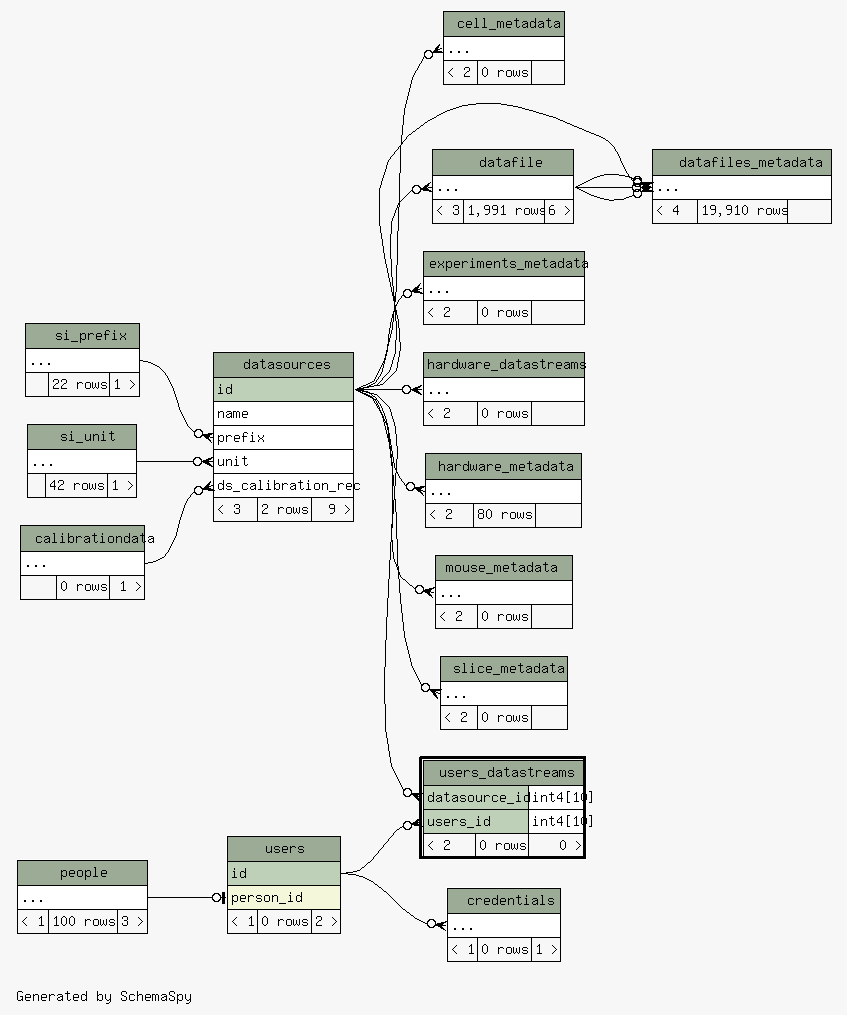
tgbugs/mlab keeps this Graphviz diagram as database/ss/diagrams/users_datastreams.2degrees.png. Above is the earlier version. Its source is kept beside it as database/ss/diagrams/users_datastreams.2degrees.dot.
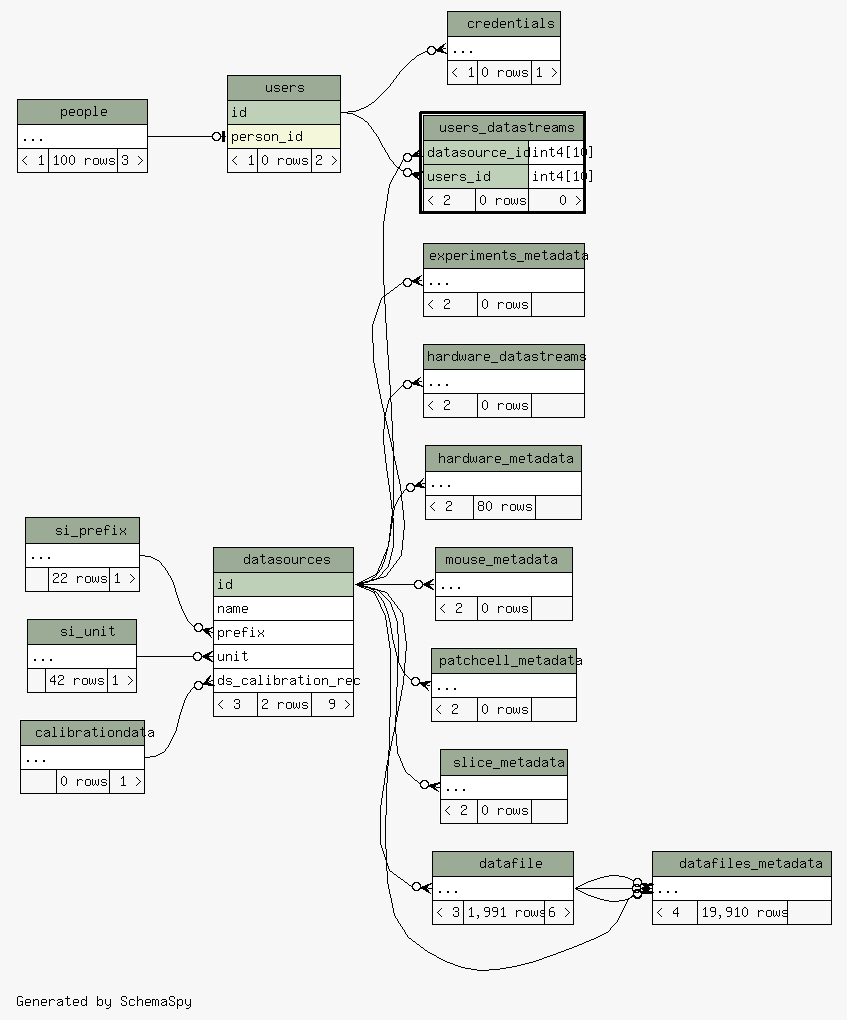
After the change.

Change to the diagram source:
```diff
@@ -17,7 +17,6 @@
   edge [
     arrowsize="0.8"
   ];
-  "cell_metadata":"elipses":w -> "datasources":"id":e [arrowhead=none dir=back arrowtail=crowodot];
   "credentials":"elipses":w -> "users":"id":e [arrowhead=none dir=back arrowtail=crowodot];
   "datafile":"elipses":w -> "datasources":"id":e [arrowhead=none dir=back arrowtail=crowodot];
   "datafiles_metadata":"elipses":w -> "datasources":"id":e [arrowhead=none dir=back arrowtail=crowodot];
@@ -31,6 +30,7 @@
   "hardware_datastreams":"elipses":w -> "datasources":"id":e [arrowhead=none dir=back arrowtail=crowodot];
   "hardware_metadata":"elipses":w -> "datasources":"id":e [arrowhead=none dir=back arrowtail=crowodot];
   "mouse_metadata":"elipses":w -> "datasources":"id":e [arrowhead=none dir=back arrowtail=crowodot];
+  "patchcell_metadata":"elipses":w -> "datasources":"id":e [arrowhead=none dir=back arrowtail=crowodot];
   "slice_metadata":"elipses":w -> "datasources":"id":e [arrowhead=none dir=back arrowtail=crowodot];
   "users":"person_id":w -> "people":"elipses":e [arrowhead=none dir=back arrowtail=teeodot];
   "users_datastreams":"datasource_id":w -> "datasources":"id":e [arrowhead=none dir=back arrowtail=crowodot];
@@ -44,16 +44,6 @@
     </TABLE>>
     URL="calibrationdata.html"
     tooltip="calibrationdata"
-  ];
-  "cell_metadata" [
-    label=<
-    <TABLE BORDER="0" CELLBORDER="1" CELLSPACING="0" BGCOLOR="#ffffff">
-      <TR><TD COLSPAN="3" BGCOLOR="#9bab96" ALIGN="CENTER">cell_metadata</TD></TR>
-      <TR><TD PORT="elipses" COLSPAN="3" ALIGN="LEFT">...</TD></TR>
-      <TR><TD ALIGN="LEFT" BGCOLOR="#f7f7f7">&lt; 2</TD><TD ALIGN="RIGHT" BGCOLOR="#f7f7f7">0 rows</TD><TD ALIGN="RIGHT" BGCOLOR="#f7f7f7">  </TD></TR>
-    </TABLE>>
-    URL="cell_metadata.html"
-    tooltip="cell_metadata"
   ];
   "credentials" [
     label=<
@@ -139,6 +129,16 @@
     URL="mouse_metadata.html"
     tooltip="mouse_metadata"
   ];
+  "patchcell_metadata" [
+    label=<
+    <TABLE BORDER="0" CELLBORDER="1" CELLSPACING="0" BGCOLOR="#ffffff">
+      <TR><TD COLSPAN="3" BGCOLOR="#9bab96" ALIGN="CENTER">patchcell_metadata</TD></TR>
+      <TR><TD PORT="elipses" COLSPAN="3" ALIGN="LEFT">...</TD></TR>
+      <TR><TD ALIGN="LEFT" BGCOLOR="#f7f7f7">&lt; 2</TD><TD ALIGN="RIGHT" BGCOLOR="#f7f7f7">0 rows</TD><TD ALIGN="RIGHT" BGCOLOR="#f7f7f7">  </TD></TR>
+    </TABLE>>
+    URL="patchcell_metadata.html"
+    tooltip="patchcell_metadata"
+  ];
   "people" [
     label=<
     <TABLE BORDER="0" CELLBORDER="1" CELLSPACING="0" BGCOLOR="#ffffff">
```
